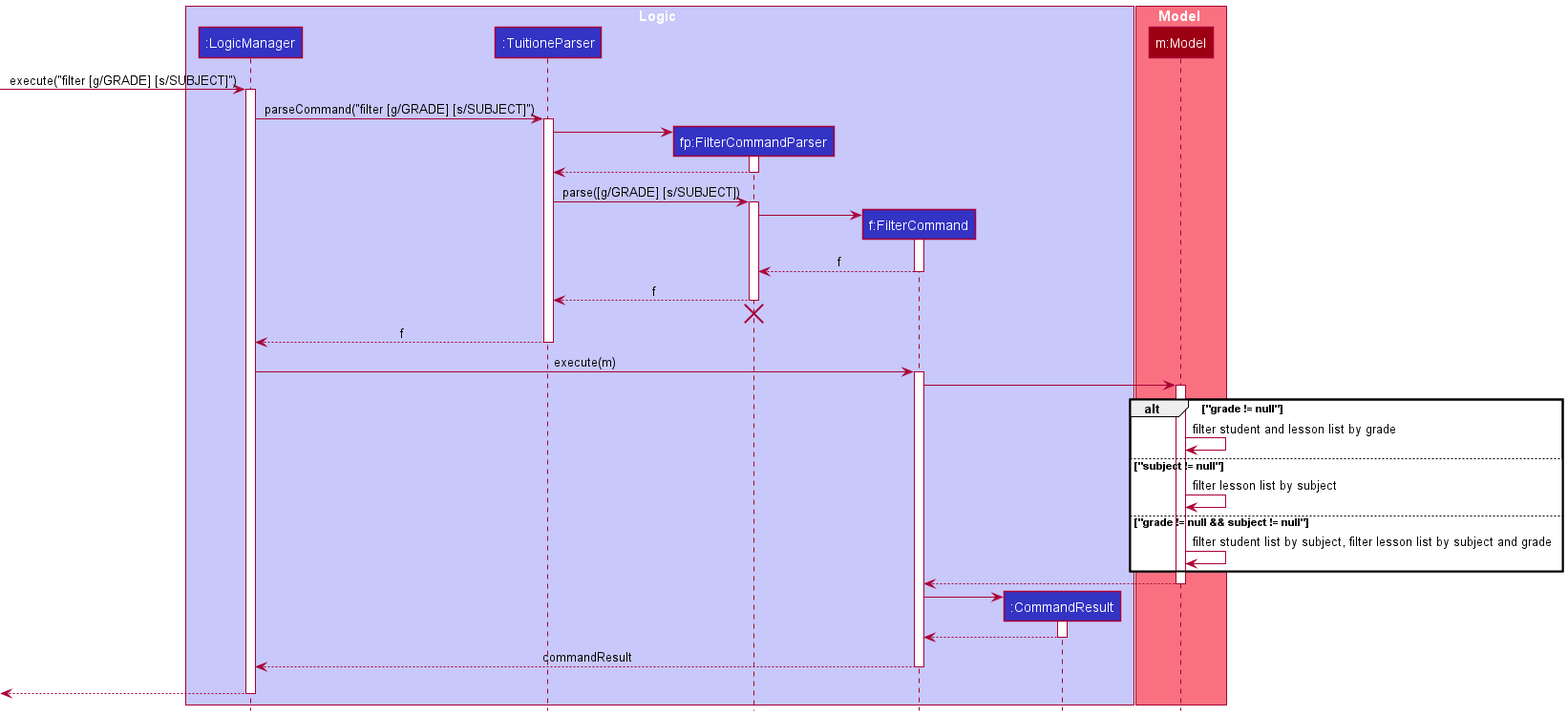
This is docs/images/DeveloperGuideImage/FilterSequenceDiagram.png from nus-cs2103-AY2122S1/tp, a PlantUML export, as it was before one commit. The source it was exported from:
```plantuml
@startuml
!include style.puml

box Logic LOGIC_COLOR_T1
participant ":LogicManager" as LogicManager LOGIC_COLOR
participant ":TuitioneParser" as TuitioneParser LOGIC_COLOR
participant "fp:FilterCommandParser" as FilterCommandParser LOGIC_COLOR
participant "f:FilterCommand" as FilterCommand LOGIC_COLOR
participant ":CommandResult" as CommandResult LOGIC_COLOR
end box

box Model MODEL_COLOR_T1
participant "m:Model" as Model MODEL_COLOR
end box

[-> LogicManager : execute("filter [g/GRADE] [s/SUBJECT]")
activate LogicManager

LogicManager -> TuitioneParser : parseCommand("filter [g/GRADE] [s/SUBJECT]")
activate TuitioneParser

create FilterCommandParser
TuitioneParser -> FilterCommandParser
activate FilterCommandParser

FilterCommandParser --> TuitioneParser
deactivate FilterCommandParser

TuitioneParser -> FilterCommandParser : parse([g/GRADE] [s/SUBJECT])
activate FilterCommandParser

create FilterCommand
FilterCommandParser -> FilterCommand
activate FilterCommand

FilterCommand --> FilterCommandParser : f
deactivate FilterCommand

FilterCommandParser --> TuitioneParser : f
deactivate FilterCommandParser
FilterCommandParser -[hidden]-> TuitioneParser
destroy FilterCommandParser


TuitioneParser --> LogicManager : f
deactivate TuitioneParser

LogicManager -> FilterCommand : execute(m)
activate FilterCommand

FilterCommand -> Model
activate Model
alt "grade != null"
    Model -> Model : filter student and lesson list by grade
else "subject != null"
    Model -> Model : filter lesson list by subject

else "grade != null && subject != null"
    Model -> Model : filter student list by subject, filter lesson list by subject and grade
end

Model --> FilterCommand
deactivate Model

create CommandResult
FilterCommand -> CommandResult
activate CommandResult

CommandResult --> FilterCommand
deactivate CommandResult

FilterCommand --> LogicManager : commandResult
deactivate FilterCommand
FilterCommand -[hidden]-> LogicManager

[<--LogicManager
deactivate LogicManager
@enduml
```
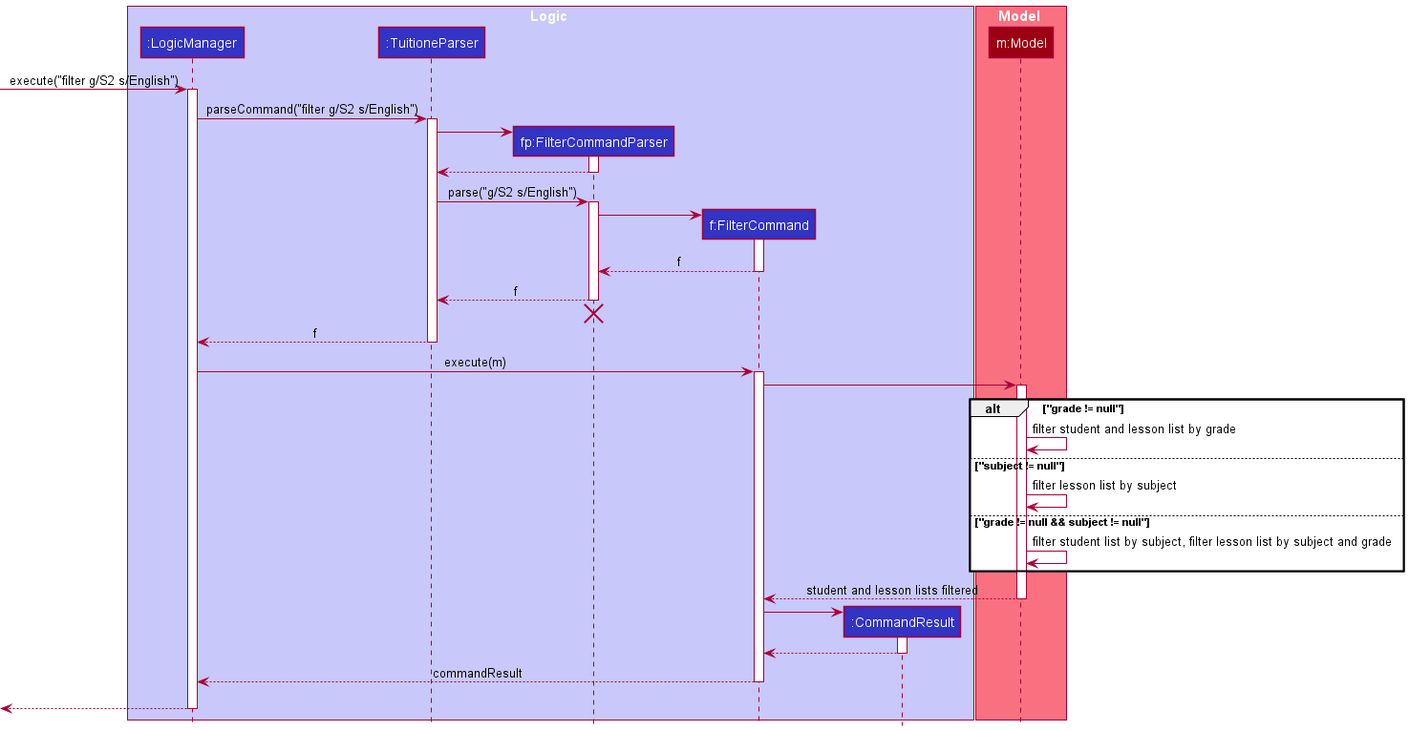
After the commit.

Commit message:
Update filter diagrams in developer guide

What changed in the source:
```diff
@@ -13,10 +13,10 @@
 participant "m:Model" as Model MODEL_COLOR
 end box
 
-[-> LogicManager : execute("filter [g/GRADE] [s/SUBJECT]")
+[-> LogicManager : execute("filter g/S2 s/English")
 activate LogicManager
 
-LogicManager -> TuitioneParser : parseCommand("filter [g/GRADE] [s/SUBJECT]")
+LogicManager -> TuitioneParser : parseCommand("filter g/S2 s/English")
 activate TuitioneParser
 
 create FilterCommandParser
@@ -26,7 +26,7 @@
 FilterCommandParser --> TuitioneParser
 deactivate FilterCommandParser
 
-TuitioneParser -> FilterCommandParser : parse([g/GRADE] [s/SUBJECT])
+TuitioneParser -> FilterCommandParser : parse("g/S2 s/English")
 activate FilterCommandParser
 
 create FilterCommand
@@ -59,7 +59,7 @@
     Model -> Model : filter student list by subject, filter lesson list by subject and grade
 end
 
-Model --> FilterCommand
+Model --> FilterCommand : student and lesson lists filtered
 deactivate Model
 
 create CommandResult
```
